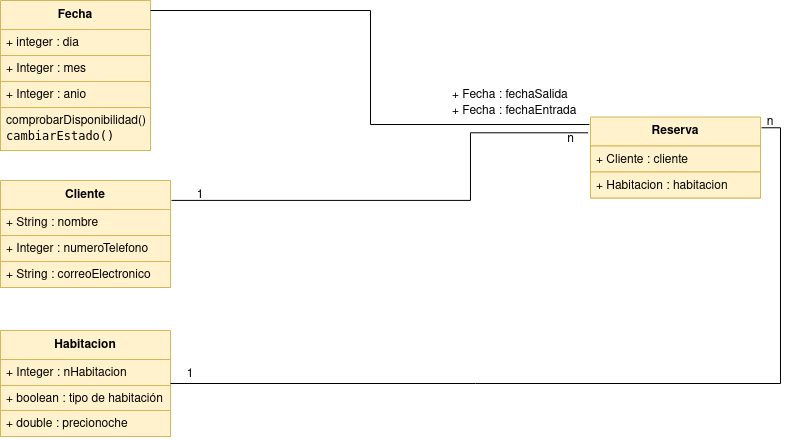
This is asociacion.png from alejandrosalazargonzalez/asociacion, a draw.io export, as it was before one commit. Source tidied: cells renumbered, new cells last; positions are measured from the earlier drawing's top-left corner, leaving out a move shared by most shapes.
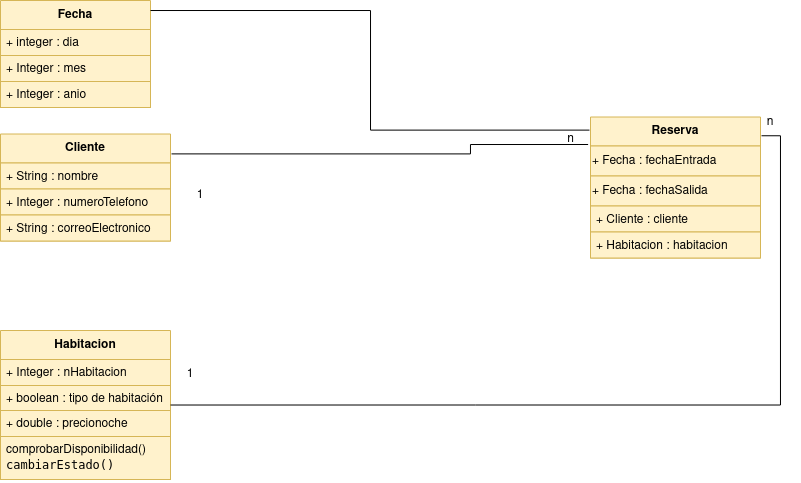
After the commit.

The edit, as a diff of the source:
```diff
@@ -3,7 +3,7 @@
     <mxCell id="0" />
     <mxCell id="1" parent="0" />
     <mxCell id="2" value="Habitacion" style="swimlane;fontStyle=1;align=center;verticalAlign=middle;horizontal=1;startSize=29;html=1;whiteSpace=wrap;fillColor=#fff2cc;strokeColor=#d6b656;" parent="1" vertex="1">
-      <mxGeometry y="330" width="170" height="106" as="geometry" />
+      <mxGeometry y="330" width="170" height="149" as="geometry" />
     </mxCell>
     <mxCell id="3" value="+ Integer : nHabitacion" style="text;strokeColor=#d6b656;fillColor=#fff2cc;align=left;verticalAlign=top;spacingLeft=4;spacingRight=4;overflow=hidden;whiteSpace=wrap;html=1;" parent="2" vertex="1">
       <mxGeometry y="29" width="170" height="26" as="geometry" />
@@ -14,8 +14,11 @@
     <mxCell id="5" value="+ double : precionoche" style="text;strokeColor=#d6b656;fillColor=#fff2cc;align=left;verticalAlign=top;spacingLeft=4;spacingRight=4;overflow=hidden;whiteSpace=wrap;html=1;" parent="2" vertex="1">
       <mxGeometry y="80" width="170" height="26" as="geometry" />
     </mxCell>
+    <mxCell id="14" value="&lt;div&gt;comprobarDisponibilidad()&lt;/div&gt;&lt;div&gt;&lt;code&gt;cambiarEstado()&lt;/code&gt;&lt;/div&gt;" style="text;strokeColor=#d6b656;fillColor=#fff2cc;align=left;verticalAlign=top;spacingLeft=4;spacingRight=4;overflow=hidden;whiteSpace=wrap;html=1;" parent="2" vertex="1">
+      <mxGeometry y="106" width="170" height="43" as="geometry" />
+    </mxCell>
     <mxCell id="6" value="Cliente" style="swimlane;fontStyle=1;align=center;verticalAlign=middle;horizontal=1;startSize=29;html=1;whiteSpace=wrap;fillColor=#fff2cc;strokeColor=#d6b656;" parent="1" vertex="1">
-      <mxGeometry y="180" width="170" height="107" as="geometry" />
+      <mxGeometry y="133.5" width="170" height="107" as="geometry" />
     </mxCell>
     <mxCell id="7" value="+ String : nombre" style="text;strokeColor=#d6b656;fillColor=#fff2cc;align=left;verticalAlign=top;spacingLeft=4;spacingRight=4;overflow=hidden;whiteSpace=wrap;html=1;" parent="6" vertex="1">
       <mxGeometry y="29" width="170" height="26" as="geometry" />
@@ -27,7 +30,7 @@
       <mxGeometry y="81" width="170" height="26" as="geometry" />
     </mxCell>
     <mxCell id="10" value="Fecha" style="swimlane;fontStyle=1;align=center;verticalAlign=middle;horizontal=1;startSize=29;html=1;whiteSpace=wrap;fillColor=#fff2cc;strokeColor=#d6b656;" parent="1" vertex="1">
-      <mxGeometry width="150" height="150" as="geometry" />
+      <mxGeometry width="150" height="107" as="geometry" />
     </mxCell>
     <mxCell id="11" value="+ integer : dia" style="text;strokeColor=#d6b656;fillColor=#fff2cc;align=left;verticalAlign=top;spacingLeft=4;spacingRight=4;overflow=hidden;whiteSpace=wrap;html=1;" parent="10" vertex="1">
       <mxGeometry y="29" width="150" height="26" as="geometry" />
@@ -38,17 +41,20 @@
     <mxCell id="13" value="+ Integer : anio" style="text;strokeColor=#d6b656;fillColor=#fff2cc;align=left;verticalAlign=top;spacingLeft=4;spacingRight=4;overflow=hidden;whiteSpace=wrap;html=1;" parent="10" vertex="1">
       <mxGeometry y="81" width="150" height="26" as="geometry" />
     </mxCell>
-    <mxCell id="14" value="&lt;div&gt;comprobarDisponibilidad()&lt;/div&gt;&lt;div&gt;&lt;code&gt;cambiarEstado()&lt;/code&gt;&lt;/div&gt;" style="text;strokeColor=#d6b656;fillColor=#fff2cc;align=left;verticalAlign=top;spacingLeft=4;spacingRight=4;overflow=hidden;whiteSpace=wrap;html=1;" parent="10" vertex="1">
-      <mxGeometry y="107" width="150" height="43" as="geometry" />
-    </mxCell>
     <mxCell id="15" value="Reserva" style="swimlane;fontStyle=1;align=center;verticalAlign=middle;horizontal=1;startSize=29;html=1;whiteSpace=wrap;fillColor=#fff2cc;strokeColor=#d6b656;" parent="1" vertex="1">
-      <mxGeometry x="590" y="116.5" width="170" height="81" as="geometry" />
+      <mxGeometry x="590" y="116.5" width="170" height="141" as="geometry" />
     </mxCell>
+    <mxCell id="23" value="+ Fecha : fechaEntrada&lt;span style=&quot;white-space: pre;&quot;&gt;&#9;&lt;/span&gt;" style="text;html=1;align=left;verticalAlign=middle;whiteSpace=wrap;rounded=0;fillColor=#fff2cc;strokeColor=#d6b656;" parent="15" vertex="1">
+      <mxGeometry y="29" width="170" height="30" as="geometry" />
+    </mxCell>
+    <mxCell id="22" value="+ Fecha : fechaSalida" style="text;html=1;align=left;verticalAlign=middle;whiteSpace=wrap;rounded=0;fillColor=#fff2cc;strokeColor=#d6b656;" parent="15" vertex="1">
+      <mxGeometry y="59" width="170" height="30" as="geometry" />
+    </mxCell>
     <mxCell id="16" value="+ Cliente : cliente" style="text;strokeColor=#d6b656;fillColor=#fff2cc;align=left;verticalAlign=top;spacingLeft=4;spacingRight=4;overflow=hidden;whiteSpace=wrap;html=1;" parent="15" vertex="1">
-      <mxGeometry y="29" width="170" height="26" as="geometry" />
+      <mxGeometry y="89" width="170" height="26" as="geometry" />
     </mxCell>
     <mxCell id="17" value="+ Habitacion : habitacion" style="text;strokeColor=#d6b656;fillColor=#fff2cc;align=left;verticalAlign=top;spacingLeft=4;spacingRight=4;overflow=hidden;whiteSpace=wrap;html=1;" parent="15" vertex="1">
-      <mxGeometry y="55" width="170" height="26" as="geometry" />
+      <mxGeometry y="115" width="170" height="26" as="geometry" />
     </mxCell>
     <mxCell id="18" value="1" style="text;html=1;align=center;verticalAlign=middle;whiteSpace=wrap;rounded=0;" parent="1" vertex="1">
       <mxGeometry x="170" y="180" width="60" height="30" as="geometry" />
@@ -62,25 +68,19 @@
     <mxCell id="21" value="1" style="text;html=1;align=center;verticalAlign=middle;whiteSpace=wrap;rounded=0;" parent="1" vertex="1">
       <mxGeometry x="160" y="359" width="60" height="30" as="geometry" />
     </mxCell>
-    <mxCell id="22" value="+ Fecha : fechaSalida" style="text;html=1;align=left;verticalAlign=middle;whiteSpace=wrap;rounded=0;" parent="1" vertex="1">
-      <mxGeometry x="450" y="80" width="120" height="30" as="geometry" />
-    </mxCell>
-    <mxCell id="23" value="+ Fecha : fechaEntrada&lt;span style=&quot;white-space: pre;&quot;&gt;&#9;&lt;/span&gt;" style="text;html=1;align=left;verticalAlign=middle;whiteSpace=wrap;rounded=0;" parent="1" vertex="1">
-      <mxGeometry x="450" y="96" width="140" height="30" as="geometry" />
-    </mxCell>
     <mxCell id="24" style="edgeStyle=orthogonalEdgeStyle;rounded=0;jettySize=auto;html=1;entryX=-0.006;entryY=0.093;entryDx=0;entryDy=0;entryPerimeter=0;endArrow=none;endFill=0;" parent="1" edge="1" source="10" target="15">
       <mxGeometry relative="1" as="geometry">
         <Array as="points">
           <mxPoint x="370" y="10" />
-          <mxPoint x="370" y="124" />
+          <mxPoint x="370" y="130" />
         </Array>
       </mxGeometry>
     </mxCell>
     <mxCell id="25" style="edgeStyle=orthogonalEdgeStyle;rounded=0;jettySize=auto;html=1;entryX=-0.014;entryY=0.195;entryDx=0;entryDy=0;entryPerimeter=0;endArrow=none;endFill=0;exitX=1.006;exitY=0.186;exitDx=0;exitDy=0;exitPerimeter=0;" parent="1" edge="1" source="6" target="15">
       <mxGeometry relative="1" as="geometry">
         <Array as="points">
-          <mxPoint x="470" y="200" />
-          <mxPoint x="470" y="132" />
+          <mxPoint x="470" y="153" />
+          <mxPoint x="470" y="144" />
         </Array>
       </mxGeometry>
     </mxCell>
```
